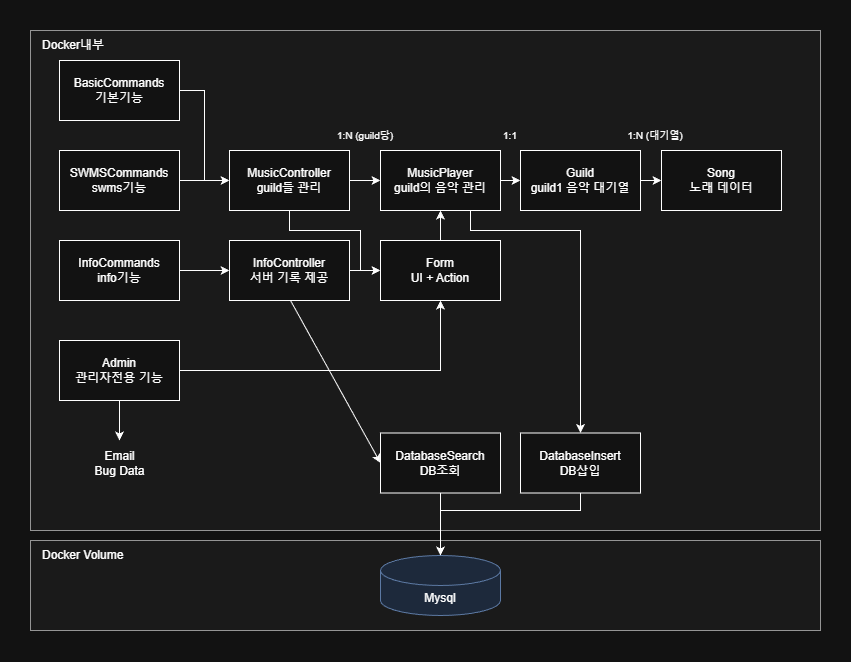
The draw.io diagram imgs/diagram/wasureta_class_diagram.png in SodiumD5/discord_bot_wasureta, before a commit. Source tidied: cells renumbered, new cells last; positions are measured from the earlier drawing's top-left corner, leaving out a move shared by most shapes.
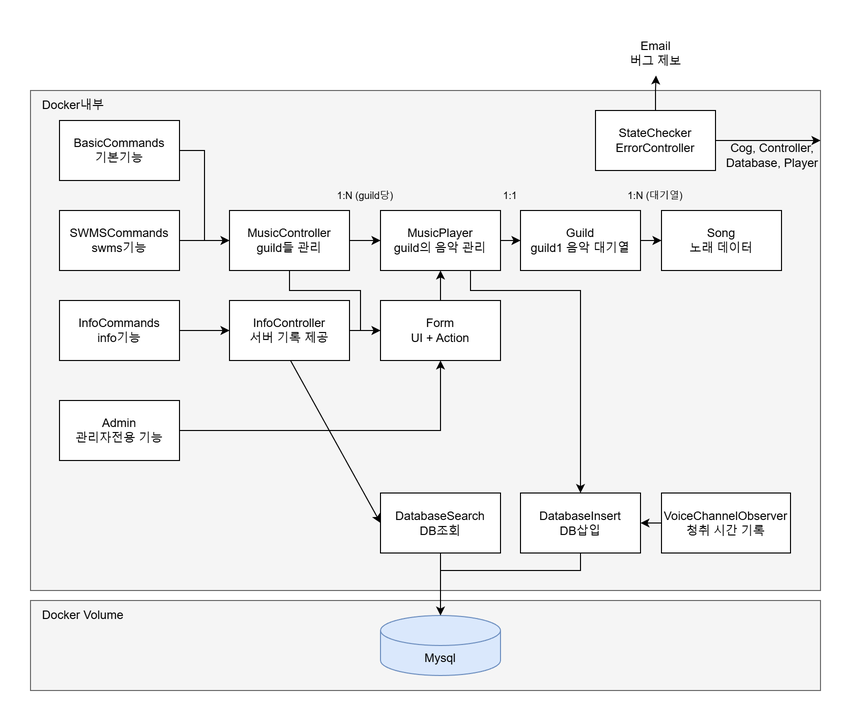
Above is the later version.

What changed in the source:
```diff
@@ -94,17 +94,14 @@
     <mxCell id="28" value="&lt;span style=&quot;font-size: 10px;&quot;&gt;1:1&lt;/span&gt;" style="text;html=1;whiteSpace=wrap;strokeColor=none;fillColor=none;align=center;verticalAlign=middle;rounded=0;" parent="1" vertex="1">
       <mxGeometry x="450" y="90" width="60" height="30" as="geometry" />
     </mxCell>
-    <mxCell id="29" style="edgeStyle=orthogonalEdgeStyle;rounded=0;jettySize=auto;html=1;exitX=0.5;exitY=1;exitDx=0;exitDy=0;entryX=0.5;entryY=0;entryDx=0;entryDy=0;" parent="1" edge="1" source="31" target="32">
-      <mxGeometry relative="1" as="geometry" />
-    </mxCell>
     <mxCell id="30" style="edgeStyle=orthogonalEdgeStyle;rounded=0;jettySize=auto;html=1;exitX=1;exitY=0.5;exitDx=0;exitDy=0;entryX=0.5;entryY=1;entryDx=0;entryDy=0;" parent="1" edge="1" source="31" target="19">
       <mxGeometry relative="1" as="geometry" />
     </mxCell>
     <mxCell id="31" value="Admin&lt;div&gt;관리자전용 기능&lt;/div&gt;" style="rounded=0;whiteSpace=wrap;html=1;" parent="1" vertex="1">
       <mxGeometry x="29" y="310" width="120" height="60" as="geometry" />
     </mxCell>
-    <mxCell id="32" value="Email&lt;br&gt;Bug Data" style="text;html=1;whiteSpace=wrap;strokeColor=none;fillColor=none;align=center;verticalAlign=middle;rounded=0;" parent="1" vertex="1">
-      <mxGeometry x="53.5" y="410" width="71" height="45" as="geometry" />
+    <mxCell id="32" value="Email&lt;br&gt;버그 제보" style="text;html=1;whiteSpace=wrap;strokeColor=none;fillColor=none;align=center;verticalAlign=middle;rounded=0;" parent="1" vertex="1">
+      <mxGeometry x="590" y="-60" width="71" height="45" as="geometry" />
     </mxCell>
     <mxCell id="33" value="DatabaseSearch&lt;div&gt;DB조회&lt;/div&gt;" style="rounded=0;whiteSpace=wrap;html=1;" parent="1" vertex="1">
       <mxGeometry x="350" y="402.5" width="120" height="60" as="geometry" />
@@ -128,5 +125,23 @@
         <mxPoint x="260" y="270" as="sourcePoint" />
       </mxGeometry>
     </mxCell>
+    <mxCell id="38" style="edgeStyle=orthogonalEdgeStyle;rounded=0;jettySize=auto;html=1;exitX=0.5;exitY=0;exitDx=0;exitDy=0;" parent="1" edge="1" source="39" target="32">
+      <mxGeometry relative="1" as="geometry" />
+    </mxCell>
+    <mxCell id="39" value="StateChecker&lt;div&gt;ErrorController&lt;/div&gt;" style="rounded=0;whiteSpace=wrap;html=1;" parent="1" vertex="1">
+      <mxGeometry x="565" y="20" width="120" height="60" as="geometry" />
+    </mxCell>
+    <mxCell id="40" style="endArrow=classic;html=1;rounded=0;exitX=1;exitY=0.5;exitDx=0;exitDy=0;entryX=1;entryY=0.1;entryDx=0;entryDy=0;entryPerimeter=0;" parent="1" edge="1" source="39" target="3">
+      <mxGeometry relative="1" as="geometry" />
+    </mxCell>
+    <mxCell id="41" value="Cog, Controller, Database, Player" style="text;html=1;whiteSpace=wrap;strokeColor=none;fillColor=none;align=center;verticalAlign=middle;rounded=0;" parent="1" vertex="1">
+      <mxGeometry x="677" y="50" width="130" height="30" as="geometry" />
+    </mxCell>
+    <mxCell id="42" style="edgeStyle=orthogonalEdgeStyle;rounded=0;jettySize=auto;html=1;exitX=0;exitY=0.5;exitDx=0;exitDy=0;entryX=1;entryY=0.5;entryDx=0;entryDy=0;" parent="1" edge="1" source="43" target="34">
+      <mxGeometry relative="1" as="geometry" />
+    </mxCell>
+    <mxCell id="43" value="VoiceChannelObserver&lt;div&gt;청취 시간 기록&lt;/div&gt;" style="rounded=0;whiteSpace=wrap;html=1;" parent="1" vertex="1">
+      <mxGeometry x="631" y="402.5" width="129" height="60" as="geometry" />
+    </mxCell>
   </root>
 </mxGraphModel>
```
